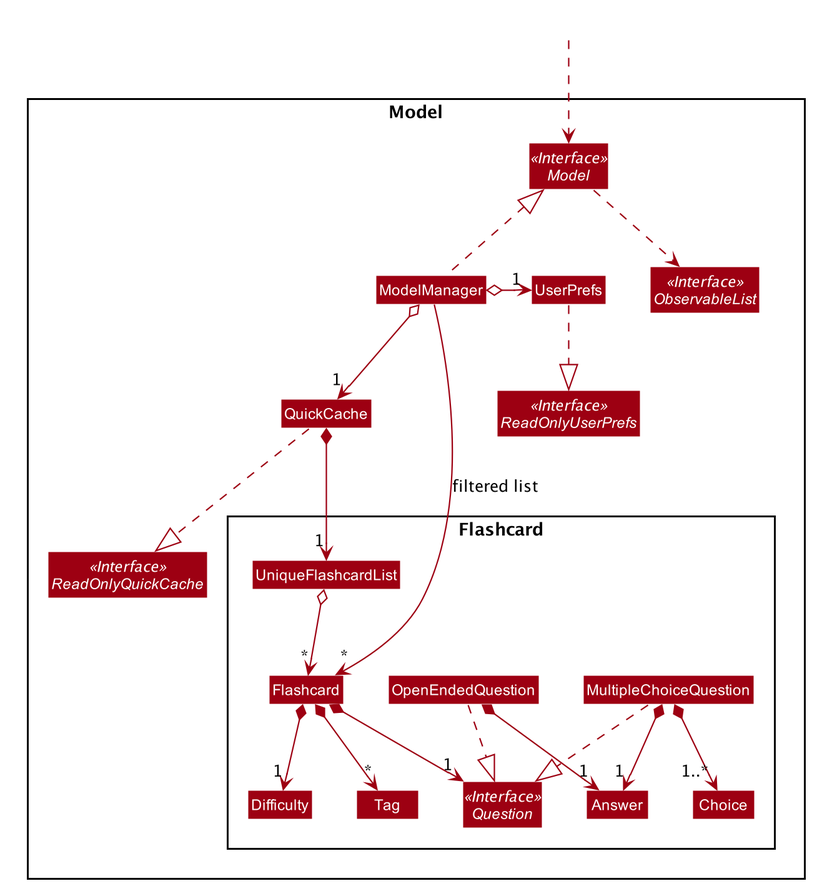
This is docs/images/ModelClassDiagram.png from nus-cs2103-AY2021S1/tp, a PlantUML export, as it was before one commit.
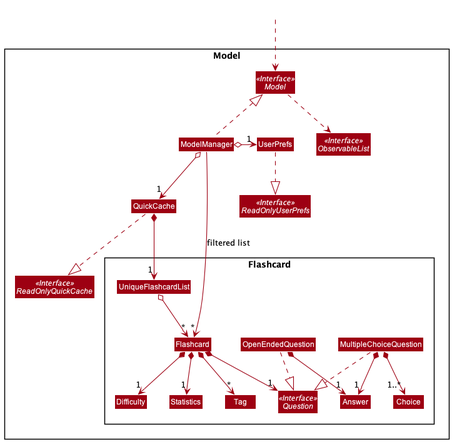
The same file after the commit.

Commit message:
Update ModelClassDiagram to include Statistics

Change to the diagram source:
```diff
@@ -1,55 +1,8 @@
 @startuml
-
-
-
-
-
-
-
-
-skinparam BackgroundColor #FFFFFFF
-
-skinparam Shadowing false
-
-skinparam Class {
-    FontColor #FFFFFF
-    BorderThickness 1
-    BorderColor #FFFFFF
-    StereotypeFontColor #FFFFFF
-    FontName Arial
-}
-
-skinparam Actor {
-    BorderColor #000000
-    Color #000000
-    FontName Arial
-}
-
-skinparam Sequence {
-    MessageAlign center
-    BoxFontSize 15
-    BoxPadding 0
-    BoxFontColor #FFFFFF
-    FontName Arial
-}
-
-skinparam Participant {
-    FontColor #FFFFFFF
-    Padding 20
-}
-
-skinparam MinClassWidth 50
-skinparam ParticipantPadding 10
-skinparam Shadowing false
-skinparam DefaultTextAlignment center
-skinparam packageStyle Rectangle
-
-hide footbox
-hide members
-hide circle
+!include style.puml
 skinparam arrowThickness 1.1
-skinparam arrowColor #9D0012
-skinparam classBackgroundColor #9D0012
+skinparam arrowColor MODEL_COLOR
+skinparam classBackgroundColor MODEL_COLOR
 
 Package Model <<Rectangle>> {
 Class ModelManager
@@ -70,6 +23,7 @@
 class Difficulty
 class UniqueFlashcardList
 class Flashcard
+class Statistics
 }
 }
 
@@ -84,6 +38,7 @@
 Flashcard *--> "1" Question
 Flashcard *--> "*" Tag
 Flashcard *--> "1" Difficulty
+Flashcard *--> "1" Statistics
 
 
 UniqueFlashcardList o--> "*" Flashcard
```
